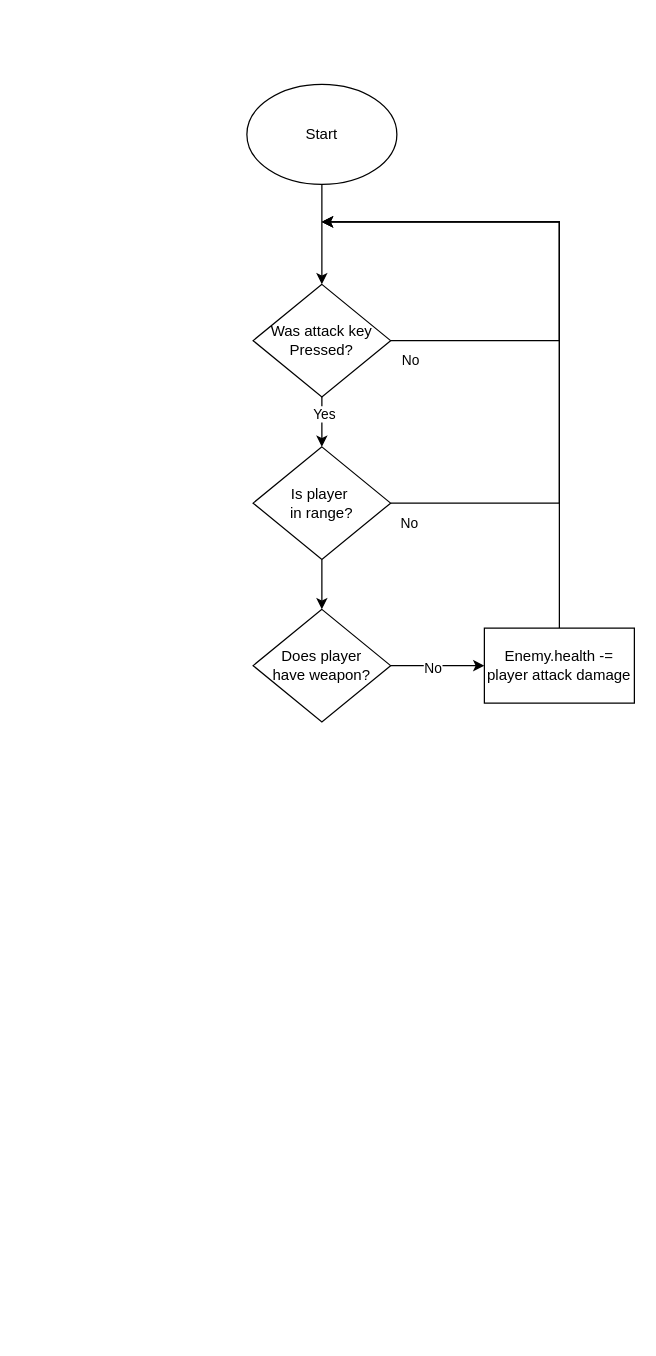
samcarroll76/2022-y11-tile-rpg keeps this draw.io diagram as docs/AttackSystemFlowchart.drawio. Above is the earlier version. Source tidied: cells renumbered, new cells numbered last; positions are measured from the earlier drawing's top-left corner, leaving out a move shared by most shapes. Both pictures are drawn from the tidied source at 125%, with x=0, y=0 at pixel (246, 84).
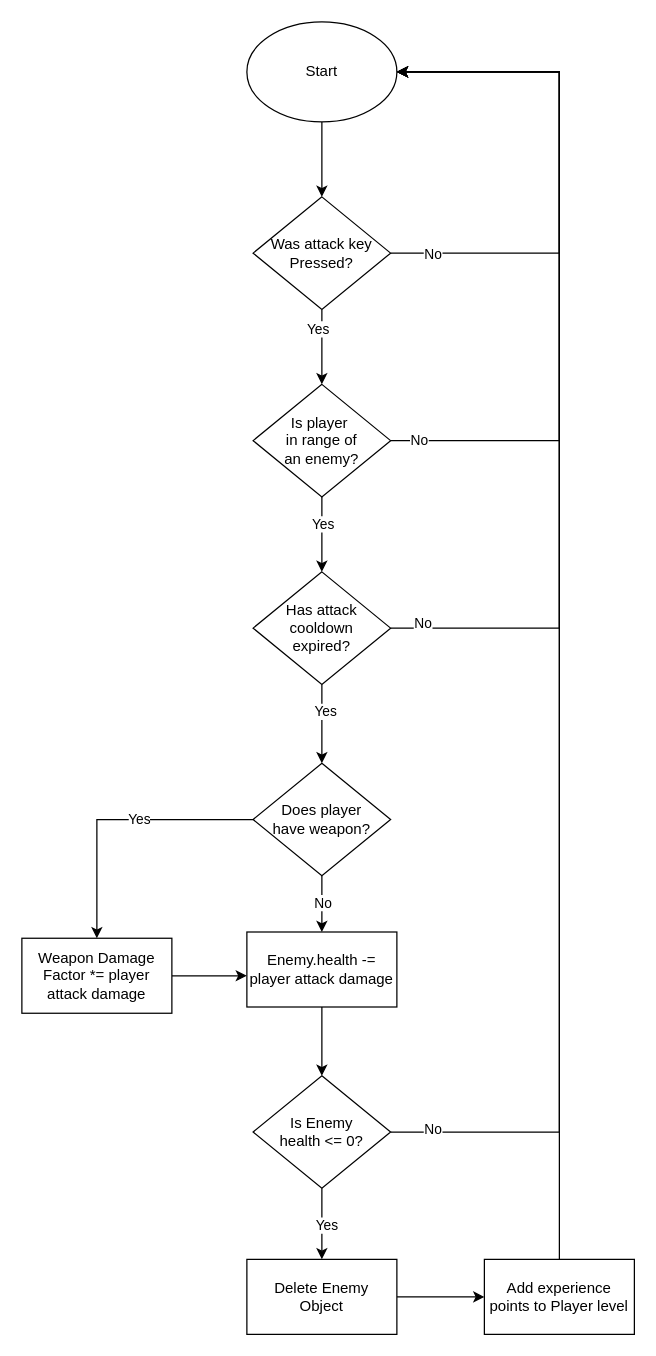
After the change.

The edit, as a diff of the source:
```diff
@@
     <mxCell id="3" value="Start" style="ellipse;whiteSpace=wrap;html=1;" parent="1" vertex="1">
-      <mxGeometry width="120" height="80" as="geometry" />
+      <mxGeometry y="-50" width="120" height="80" as="geometry" />
     </mxCell>
-    <mxCell id="4" style="edgeStyle=orthogonalEdgeStyle;rounded=0;jettySize=auto;html=1;" parent="1" edge="1" source="8" target="12">
-      <mxGeometry relative="1" as="geometry" />
-    </mxCell>
-    <mxCell id="5" value="Yes" style="edgeLabel;html=1;align=center;verticalAlign=middle;" parent="4" vertex="1">
-      <mxGeometry x="-0.33" y="1" relative="1" as="geometry" />
-    </mxCell>
-    <mxCell id="6" style="edgeStyle=orthogonalEdgeStyle;rounded=0;jettySize=auto;html=1;exitX=1;exitY=0.5;exitDx=0;exitDy=0;" parent="1" edge="1" source="8">
+    <mxCell id="6" style="edgeStyle=orthogonalEdgeStyle;rounded=0;jettySize=auto;html=1;exitX=1;exitY=0.5;exitDx=0;exitDy=0;entryX=1;entryY=0.5;entryDx=0;entryDy=0;" parent="1" edge="1" source="8" target="3">
       <mxGeometry relative="1" as="geometry">
-        <mxPoint x="60" y="110" as="targetPoint" />
         <Array as="points">
-          <mxPoint x="250" y="205" />
-          <mxPoint x="250" y="110" />
+          <mxPoint x="250" y="135" />
+          <mxPoint x="250" y="-10" />
         </Array>
       </mxGeometry>
     </mxCell>
     <mxCell id="7" value="No" style="edgeLabel;html=1;align=center;verticalAlign=middle;" parent="6" vertex="1">
       <mxGeometry x="-0.54" y="5" relative="1" as="geometry">
-        <mxPoint x="-82" y="20" as="offset" />
+        <mxPoint x="-61" y="5" as="offset" />
       </mxGeometry>
     </mxCell>
+    <mxCell id="4" style="edgeStyle=orthogonalEdgeStyle;rounded=0;jettySize=auto;html=1;exitX=0.5;exitY=1;exitDx=0;exitDy=0;entryX=0.5;entryY=0;entryDx=0;entryDy=0;" parent="1" edge="1" source="8" target="12">
+      <mxGeometry relative="1" as="geometry" />
+    </mxCell>
+    <mxCell id="18" value="Yes" style="edgeLabel;html=1;align=center;verticalAlign=middle;" parent="4" vertex="1">
+      <mxGeometry x="-0.5" y="-4" relative="1" as="geometry" />
+    </mxCell>
     <mxCell id="8" value="Was attack key Pressed?" style="rhombus;whiteSpace=wrap;html=1;" parent="1" vertex="1">
-      <mxGeometry x="5" y="160" width="110" height="90" as="geometry" />
+      <mxGeometry x="5" y="90" width="110" height="90" as="geometry" />
     </mxCell>
     <mxCell id="9" style="edgeStyle=orthogonalEdgeStyle;rounded=0;jettySize=auto;html=1;exitX=1;exitY=0.5;exitDx=0;exitDy=0;" parent="1" edge="1" source="12">
       <mxGeometry relative="1" as="geometry">
-        <mxPoint x="60" y="110" as="targetPoint" />
+        <mxPoint x="120" y="-10" as="targetPoint" />
         <Array as="points">
-          <mxPoint x="250" y="335" />
-          <mxPoint x="250" y="110" />
+          <mxPoint x="250" y="285" />
+          <mxPoint x="250" y="-10" />
         </Array>
       </mxGeometry>
     </mxCell>
-    <mxCell id="10" value="No" style="edgeLabel;html=1;align=center;verticalAlign=middle;" parent="9" vertex="1">
-      <mxGeometry x="-0.68" y="2" relative="1" as="geometry">
-        <mxPoint x="-74" y="17" as="offset" />
-      </mxGeometry>
-    </mxCell>
-    <mxCell id="11" style="edgeStyle=orthogonalEdgeStyle;rounded=0;jettySize=auto;html=1;" parent="1" edge="1" source="12" target="15">
-      <mxGeometry relative="1" as="geometry" />
-    </mxCell>
+    <mxCell id="19" value="No" style="edgeLabel;html=1;align=center;verticalAlign=middle;" parent="9" vertex="1">
+      <mxGeometry x="-0.92" y="1" relative="1" as="geometry" />
+    </mxCell>
+    <mxCell id="20" style="edgeStyle=orthogonalEdgeStyle;rounded=0;jettySize=auto;html=1;exitX=0.5;exitY=1;exitDx=0;exitDy=0;entryX=0.5;entryY=0;entryDx=0;entryDy=0;" parent="1" edge="1" source="12" target="39">
+      <mxGeometry relative="1" as="geometry" />
+    </mxCell>
+    <mxCell id="21" value="Yes" style="edgeLabel;html=1;align=center;verticalAlign=middle;" parent="20" vertex="1">
+      <mxGeometry x="-0.29" relative="1" as="geometry" />
+    </mxCell>
-    <mxCell id="12" value="Is player&amp;nbsp;&lt;br&gt;in range?" style="rhombus;whiteSpace=wrap;html=1;" parent="1" vertex="1">
-      <mxGeometry x="5" y="290" width="110" height="90" as="geometry" />
+    <mxCell id="12" value="Is player&amp;nbsp;&lt;br&gt;in range of &lt;br&gt;an enemy?" style="rhombus;whiteSpace=wrap;html=1;" parent="1" vertex="1">
+      <mxGeometry x="5" y="240" width="110" height="90" as="geometry" />
     </mxCell>
@@
+    <mxCell id="22" style="edgeStyle=orthogonalEdgeStyle;rounded=0;jettySize=auto;html=1;" parent="1" edge="1" source="15" target="31">
+      <mxGeometry relative="1" as="geometry" />
+    </mxCell>
+    <mxCell id="23" value="Yes" style="edgeLabel;html=1;align=center;verticalAlign=middle;" parent="22" vertex="1">
+      <mxGeometry x="-0.16" y="-1" relative="1" as="geometry" />
+    </mxCell>
     <mxCell id="15" value="Does player&lt;br&gt;have weapon?" style="rhombus;whiteSpace=wrap;html=1;" parent="1" vertex="1">
-      <mxGeometry x="5" y="420" width="110" height="90" as="geometry" />
+      <mxGeometry x="5" y="543.1" width="110" height="90" as="geometry" />
     </mxCell>
-    <mxCell id="16" style="edgeStyle=orthogonalEdgeStyle;rounded=0;jettySize=auto;html=1;exitX=0.5;exitY=0;exitDx=0;exitDy=0;" parent="1" edge="1" source="17">
-      <mxGeometry relative="1" as="geometry">
-        <mxPoint x="60" y="110" as="targetPoint" />
-        <Array as="points">
-          <mxPoint x="250" y="110" />
-        </Array>
-      </mxGeometry>
-    </mxCell>
+    <mxCell id="24" style="edgeStyle=orthogonalEdgeStyle;rounded=0;jettySize=auto;html=1;entryX=0.5;entryY=0;entryDx=0;entryDy=0;" parent="1" edge="1" source="17" target="29">
+      <mxGeometry relative="1" as="geometry" />
+    </mxCell>
     <mxCell id="17" value="Enemy.health -= player attack damage" style="whiteSpace=wrap;html=1;" parent="1" vertex="1">
-      <mxGeometry x="190" y="435" width="120" height="60" as="geometry" />
+      <mxGeometry y="678.1" width="120" height="60" as="geometry" />
     </mxCell>
+    <mxCell id="25" style="edgeStyle=orthogonalEdgeStyle;rounded=0;jettySize=auto;html=1;entryX=0.5;entryY=0;entryDx=0;entryDy=0;" parent="1" edge="1" source="29" target="34">
+      <mxGeometry relative="1" as="geometry">
+        <Array as="points">
+          <mxPoint x="60" y="930" />
+        </Array>
+      </mxGeometry>
+    </mxCell>
+    <mxCell id="26" value="Yes" style="edgeLabel;html=1;align=center;verticalAlign=middle;" parent="25" vertex="1">
+      <mxGeometry x="-0.09" y="3" relative="1" as="geometry">
+        <mxPoint y="3" as="offset" />
+      </mxGeometry>
+    </mxCell>
+    <mxCell id="27" style="edgeStyle=orthogonalEdgeStyle;rounded=0;jettySize=auto;html=1;exitX=1;exitY=0.5;exitDx=0;exitDy=0;entryX=1;entryY=0.5;entryDx=0;entryDy=0;" parent="1" edge="1" source="29" target="3">
+      <mxGeometry relative="1" as="geometry">
+        <Array as="points">
+          <mxPoint x="250" y="838" />
+          <mxPoint x="250" y="-10" />
+        </Array>
+      </mxGeometry>
+    </mxCell>
+    <mxCell id="28" value="No" style="edgeLabel;html=1;align=center;verticalAlign=middle;" parent="27" vertex="1">
+      <mxGeometry x="-0.94" y="3" relative="1" as="geometry" />
+    </mxCell>
+    <mxCell id="29" value="Is Enemy &lt;br&gt;health&amp;nbsp;&amp;lt;= 0?" style="rhombus;whiteSpace=wrap;html=1;" parent="1" vertex="1">
+      <mxGeometry x="5" y="793.1" width="110" height="90" as="geometry" />
+    </mxCell>
+    <mxCell id="30" style="edgeStyle=orthogonalEdgeStyle;rounded=0;jettySize=auto;html=1;exitX=1;exitY=0.5;exitDx=0;exitDy=0;" parent="1" edge="1" source="31">
+      <mxGeometry relative="1" as="geometry">
+        <mxPoint y="713.1" as="targetPoint" />
+      </mxGeometry>
+    </mxCell>
+    <mxCell id="31" value="Weapon Damage Factor *= player attack damage" style="whiteSpace=wrap;html=1;" parent="1" vertex="1">
+      <mxGeometry x="-180" y="683.1" width="120" height="60" as="geometry" />
+    </mxCell>
+    <mxCell id="32" style="edgeStyle=orthogonalEdgeStyle;rounded=0;jettySize=auto;html=1;entryX=1;entryY=0.5;entryDx=0;entryDy=0;exitX=0.5;exitY=0;exitDx=0;exitDy=0;" parent="1" edge="1" source="40" target="3">
+      <mxGeometry relative="1" as="geometry">
+        <Array as="points">
+          <mxPoint x="250" y="-10" />
+        </Array>
+      </mxGeometry>
+    </mxCell>
+    <mxCell id="33" style="edgeStyle=orthogonalEdgeStyle;rounded=0;jettySize=auto;html=1;" parent="1" edge="1" source="34" target="40">
+      <mxGeometry relative="1" as="geometry" />
+    </mxCell>
+    <mxCell id="34" value="Delete Enemy &lt;br&gt;Object" style="rounded=0;whiteSpace=wrap;html=1;" parent="1" vertex="1">
+      <mxGeometry y="940" width="120" height="60" as="geometry" />
+    </mxCell>
+    <mxCell id="35" style="edgeStyle=orthogonalEdgeStyle;rounded=0;jettySize=auto;html=1;exitX=1;exitY=0.5;exitDx=0;exitDy=0;entryX=1;entryY=0.5;entryDx=0;entryDy=0;" parent="1" edge="1" source="39" target="3">
+      <mxGeometry relative="1" as="geometry">
+        <Array as="points">
+          <mxPoint x="250" y="435" />
+          <mxPoint x="250" y="-10" />
+        </Array>
+      </mxGeometry>
+    </mxCell>
+    <mxCell id="36" value="No" style="edgeLabel;html=1;align=center;verticalAlign=middle;" parent="35" vertex="1">
+      <mxGeometry x="-0.93" y="5" relative="1" as="geometry" />
+    </mxCell>
+    <mxCell id="37" style="edgeStyle=orthogonalEdgeStyle;rounded=0;jettySize=auto;html=1;exitX=0.5;exitY=1;exitDx=0;exitDy=0;entryX=0.5;entryY=0;entryDx=0;entryDy=0;" parent="1" edge="1" source="39" target="15">
+      <mxGeometry relative="1" as="geometry" />
+    </mxCell>
+    <mxCell id="38" value="Yes" style="edgeLabel;html=1;align=center;verticalAlign=middle;" parent="37" vertex="1">
+      <mxGeometry x="-0.34" y="2" relative="1" as="geometry" />
+    </mxCell>
+    <mxCell id="39" value="Has attack cooldown &lt;br&gt;expired?" style="rhombus;whiteSpace=wrap;html=1;" parent="1" vertex="1">
+      <mxGeometry x="5" y="390" width="110" height="90" as="geometry" />
+    </mxCell>
+    <mxCell id="40" value="Add experience points to Player level" style="rounded=0;whiteSpace=wrap;html=1;" parent="1" vertex="1">
+      <mxGeometry x="190" y="940" width="120" height="60" as="geometry" />
+    </mxCell>
```
